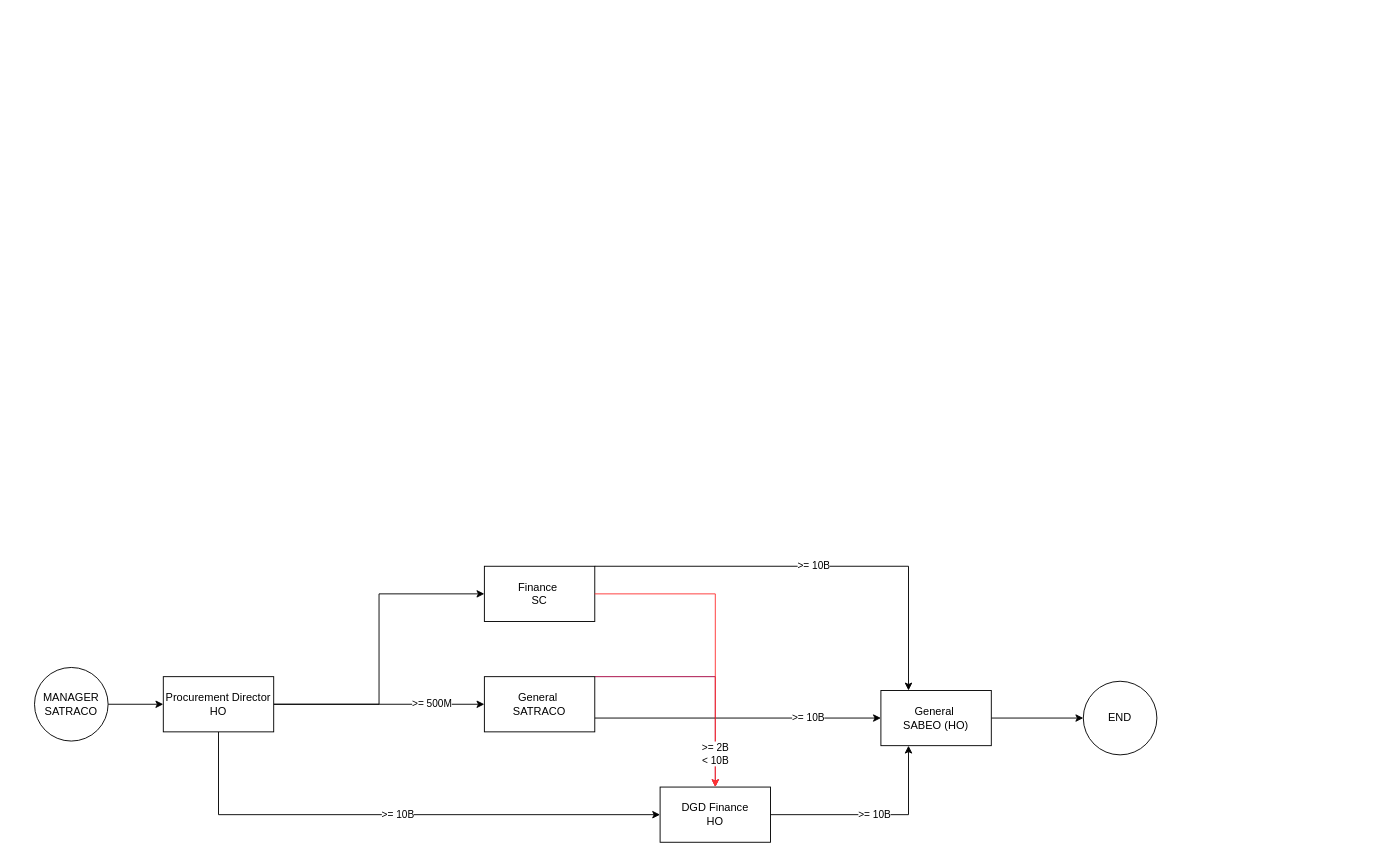
Before: Biểu đồ không có tiêu đề.drawio in ThomNguyen0796/management, a draw.io diagram. Source tidied: cells renumbered, new cells numbered last; positions are measured from the earlier drawing's top-left corner, leaving out a move shared by most shapes. Both pictures are drawn from the tidied source at 92%, with x=0, y=0 at pixel (34, 566).
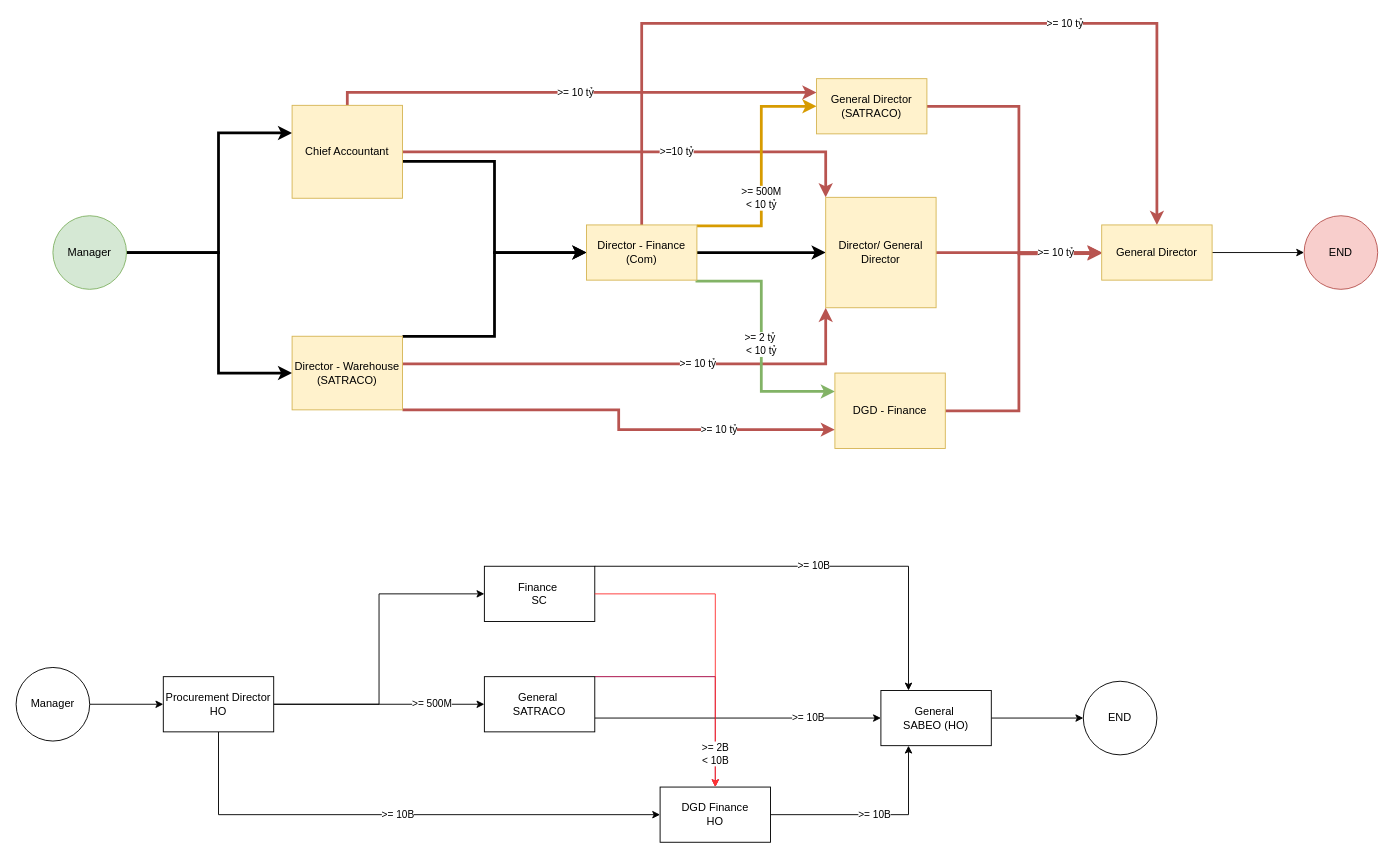
The same page after the edit.

Commit message:
Cập nhật Biểu đồ không có tiêu đề.drawio

What changed in the source:
```diff
@@
-    <mxCell id="3" value="MANAGER&lt;br&gt;SATRACO" style="ellipse;whiteSpace=wrap;html=1;" parent="1" vertex="1">
-      <mxGeometry y="110" width="80" height="80" as="geometry" />
+    <mxCell id="3" value="Manager" style="ellipse;whiteSpace=wrap;html=1;" parent="1" vertex="1">
+      <mxGeometry x="-20" y="110" width="80" height="80" as="geometry" />
     </mxCell>
@@
+    <mxCell id="19" style="edgeStyle=orthogonalEdgeStyle;rounded=0;jettySize=auto;html=1;strokeWidth=3;" parent="1" edge="1" source="21" target="25">
+      <mxGeometry relative="1" as="geometry">
+        <Array as="points">
+          <mxPoint x="200" y="-341" />
+          <mxPoint x="200" y="-471" />
+        </Array>
+      </mxGeometry>
+    </mxCell>
+    <mxCell id="20" style="edgeStyle=orthogonalEdgeStyle;rounded=0;jettySize=auto;html=1;entryX=0;entryY=0.5;entryDx=0;entryDy=0;strokeWidth=3;" parent="1" edge="1" source="21" target="29">
+      <mxGeometry relative="1" as="geometry">
+        <Array as="points">
+          <mxPoint x="200" y="-341" />
+          <mxPoint x="200" y="-210" />
+        </Array>
+      </mxGeometry>
+    </mxCell>
+    <mxCell id="21" value="Manager" style="ellipse;whiteSpace=wrap;html=1;fillColor=#d5e8d4;strokeColor=#82b366;" parent="1" vertex="1">
+      <mxGeometry x="20" y="-381" width="80" height="80" as="geometry" />
+    </mxCell>
+    <mxCell id="22" style="edgeStyle=orthogonalEdgeStyle;rounded=0;jettySize=auto;html=1;entryX=0;entryY=0.5;entryDx=0;entryDy=0;strokeWidth=3;" parent="1" edge="1" source="25" target="34">
+      <mxGeometry relative="1" as="geometry">
+        <Array as="points">
+          <mxPoint x="400" y="-440" />
+          <mxPoint x="500" y="-440" />
+          <mxPoint x="500" y="-341" />
+        </Array>
+      </mxGeometry>
+    </mxCell>
+    <mxCell id="23" value="&amp;gt;= 10 tỷ" style="edgeStyle=orthogonalEdgeStyle;rounded=0;jettySize=auto;html=1;entryX=0;entryY=0.25;entryDx=0;entryDy=0;fillColor=#f8cecc;strokeColor=#b85450;strokeWidth=3;" parent="1" edge="1" source="25" target="38">
+      <mxGeometry relative="1" as="geometry">
+        <Array as="points">
+          <mxPoint x="340" y="-515" />
+        </Array>
+      </mxGeometry>
+    </mxCell>
+    <mxCell id="24" value="&amp;gt;=10 tỷ" style="edgeStyle=orthogonalEdgeStyle;rounded=0;jettySize=auto;html=1;exitX=1;exitY=0.5;exitDx=0;exitDy=0;entryX=0;entryY=0;entryDx=0;entryDy=0;fillColor=#f8cecc;strokeColor=#b85450;strokeWidth=3;" parent="1" edge="1" source="25" target="36">
+      <mxGeometry x="0.17" relative="1" as="geometry">
+        <Array as="points">
+          <mxPoint x="400" y="-450" />
+          <mxPoint x="860" y="-450" />
+        </Array>
+      </mxGeometry>
+    </mxCell>
+    <mxCell id="25" value="Chief Accountant" style="whiteSpace=wrap;html=1;fillColor=#fff2cc;strokeColor=#d6b656;" parent="1" vertex="1">
+      <mxGeometry x="280" y="-501" width="120" height="101" as="geometry" />
+    </mxCell>
+    <mxCell id="26" style="edgeStyle=orthogonalEdgeStyle;rounded=0;jettySize=auto;html=1;exitX=1;exitY=0;exitDx=0;exitDy=0;entryX=0;entryY=0.5;entryDx=0;entryDy=0;strokeWidth=3;" parent="1" edge="1" source="29" target="34">
+      <mxGeometry relative="1" as="geometry">
+        <Array as="points">
+          <mxPoint x="500" y="-250" />
+          <mxPoint x="500" y="-341" />
+        </Array>
+      </mxGeometry>
+    </mxCell>
+    <mxCell id="27" value="&amp;gt;= 10 tỷ" style="edgeStyle=orthogonalEdgeStyle;rounded=0;jettySize=auto;html=1;exitX=1;exitY=0.75;exitDx=0;exitDy=0;entryX=0;entryY=1;entryDx=0;entryDy=0;fillColor=#f8cecc;strokeColor=#b85450;strokeWidth=3;" parent="1" edge="1" target="36">
+      <mxGeometry x="0.39" relative="1" as="geometry">
+        <mxPoint x="290" y="-196" as="sourcePoint" />
+        <Array as="points">
+          <mxPoint x="290" y="-220" />
+          <mxPoint x="860" y="-220" />
+        </Array>
+      </mxGeometry>
+    </mxCell>
+    <mxCell id="28" value="&amp;gt;= 10 tỷ" style="edgeStyle=orthogonalEdgeStyle;rounded=0;jettySize=auto;html=1;entryX=0;entryY=0.75;entryDx=0;entryDy=0;fillColor=#f8cecc;strokeColor=#b85450;strokeWidth=3;" parent="1" edge="1" source="29" target="40">
+      <mxGeometry x="0.48" relative="1" as="geometry">
+        <Array as="points">
+          <mxPoint x="635" y="-170" />
+          <mxPoint x="635" y="-148" />
+        </Array>
+        <mxPoint x="1" as="offset" />
+      </mxGeometry>
+    </mxCell>
+    <mxCell id="29" value="Director - Warehouse (SATRACO)" style="whiteSpace=wrap;html=1;fillColor=#fff2cc;strokeColor=#d6b656;" parent="1" vertex="1">
+      <mxGeometry x="280" y="-250" width="120" height="80" as="geometry" />
+    </mxCell>
+    <mxCell id="30" style="edgeStyle=orthogonalEdgeStyle;rounded=0;jettySize=auto;html=1;strokeWidth=3;" parent="1" edge="1" source="34" target="36">
+      <mxGeometry relative="1" as="geometry" />
+    </mxCell>
+    <mxCell id="31" value="&amp;gt;= 500M&lt;br&gt;&amp;lt; 10 tỷ" style="edgeStyle=orthogonalEdgeStyle;rounded=0;jettySize=auto;html=1;fillColor=#ffe6cc;strokeColor=#d79b00;strokeWidth=3;" parent="1" edge="1" source="34" target="38">
+      <mxGeometry x="-0.23" relative="1" as="geometry">
+        <Array as="points">
+          <mxPoint x="790" y="-370" />
+          <mxPoint x="790" y="-500" />
+        </Array>
+      </mxGeometry>
+    </mxCell>
+    <mxCell id="32" value="&amp;gt;= 2 tỷ&amp;nbsp;&lt;br&gt;&amp;lt; 10 tỷ" style="edgeStyle=orthogonalEdgeStyle;rounded=0;jettySize=auto;html=1;fillColor=#d5e8d4;strokeColor=#82b366;strokeWidth=3;" parent="1" edge="1" source="34" target="40">
+      <mxGeometry x="0.03" relative="1" as="geometry">
+        <Array as="points">
+          <mxPoint x="720" y="-310" />
+          <mxPoint x="790" y="-310" />
+          <mxPoint x="790" y="-190" />
+        </Array>
+      </mxGeometry>
+    </mxCell>
+    <mxCell id="33" value="&amp;gt;= 10 tỷ" style="edgeStyle=orthogonalEdgeStyle;rounded=0;jettySize=auto;html=1;fillColor=#f8cecc;strokeColor=#b85450;strokeWidth=3;" parent="1" edge="1" source="34" target="42">
+      <mxGeometry x="0.36" relative="1" as="geometry">
+        <Array as="points">
+          <mxPoint x="660" y="-590" />
+          <mxPoint x="1220" y="-590" />
+        </Array>
+      </mxGeometry>
+    </mxCell>
+    <mxCell id="34" value="Director - Finance (Com)" style="whiteSpace=wrap;html=1;fillColor=#fff2cc;strokeColor=#d6b656;" parent="1" vertex="1">
+      <mxGeometry x="600" y="-371" width="120" height="60" as="geometry" />
+    </mxCell>
+    <mxCell id="35" style="edgeStyle=orthogonalEdgeStyle;rounded=0;jettySize=auto;html=1;exitX=1;exitY=0.5;exitDx=0;exitDy=0;fillColor=#f8cecc;strokeColor=#b85450;strokeWidth=3;" parent="1" edge="1" source="36">
+      <mxGeometry relative="1" as="geometry">
+        <mxPoint x="1160" y="-340" as="targetPoint" />
+      </mxGeometry>
+    </mxCell>
+    <mxCell id="36" value="Director/ General Director" style="whiteSpace=wrap;html=1;fillColor=#fff2cc;strokeColor=#d6b656;" parent="1" vertex="1">
+      <mxGeometry x="860" y="-401" width="120" height="120" as="geometry" />
+    </mxCell>
+    <mxCell id="37" style="edgeStyle=orthogonalEdgeStyle;rounded=0;jettySize=auto;html=1;entryX=0;entryY=0.5;entryDx=0;entryDy=0;fillColor=#f8cecc;strokeColor=#b85450;strokeWidth=3;" parent="1" edge="1" source="38" target="42">
+      <mxGeometry relative="1" as="geometry">
+        <Array as="points">
+          <mxPoint x="1070" y="-500" />
+          <mxPoint x="1070" y="-341" />
+        </Array>
+      </mxGeometry>
+    </mxCell>
+    <mxCell id="38" value="General Director (SATRACO)" style="whiteSpace=wrap;html=1;fillColor=#fff2cc;strokeColor=#d6b656;" parent="1" vertex="1">
+      <mxGeometry x="850" y="-530" width="120" height="60" as="geometry" />
+    </mxCell>
+    <mxCell id="39" value="&amp;gt;= 10 tỷ" style="edgeStyle=orthogonalEdgeStyle;rounded=0;jettySize=auto;html=1;entryX=0;entryY=0.5;entryDx=0;entryDy=0;fillColor=#f8cecc;strokeColor=#b85450;strokeWidth=3;" parent="1" edge="1" source="40" target="42">
+      <mxGeometry x="0.71" relative="1" as="geometry">
+        <Array as="points">
+          <mxPoint x="1070" y="-169" />
+          <mxPoint x="1070" y="-341" />
+        </Array>
+      </mxGeometry>
+    </mxCell>
+    <mxCell id="40" value="DGD - Finance" style="whiteSpace=wrap;html=1;fillColor=#fff2cc;strokeColor=#d6b656;" parent="1" vertex="1">
+      <mxGeometry x="870" y="-210" width="120" height="82" as="geometry" />
+    </mxCell>
+    <mxCell id="41" style="edgeStyle=orthogonalEdgeStyle;rounded=0;jettySize=auto;html=1;" parent="1" edge="1" source="42" target="43">
+      <mxGeometry relative="1" as="geometry" />
+    </mxCell>
+    <mxCell id="42" value="General Director" style="whiteSpace=wrap;html=1;fillColor=#fff2cc;strokeColor=#d6b656;" parent="1" vertex="1">
+      <mxGeometry x="1160" y="-371" width="120" height="60" as="geometry" />
+    </mxCell>
+    <mxCell id="43" value="END" style="ellipse;whiteSpace=wrap;html=1;fillColor=#f8cecc;strokeColor=#b85450;" parent="1" vertex="1">
+      <mxGeometry x="1380" y="-381" width="80" height="80" as="geometry" />
+    </mxCell>
```
